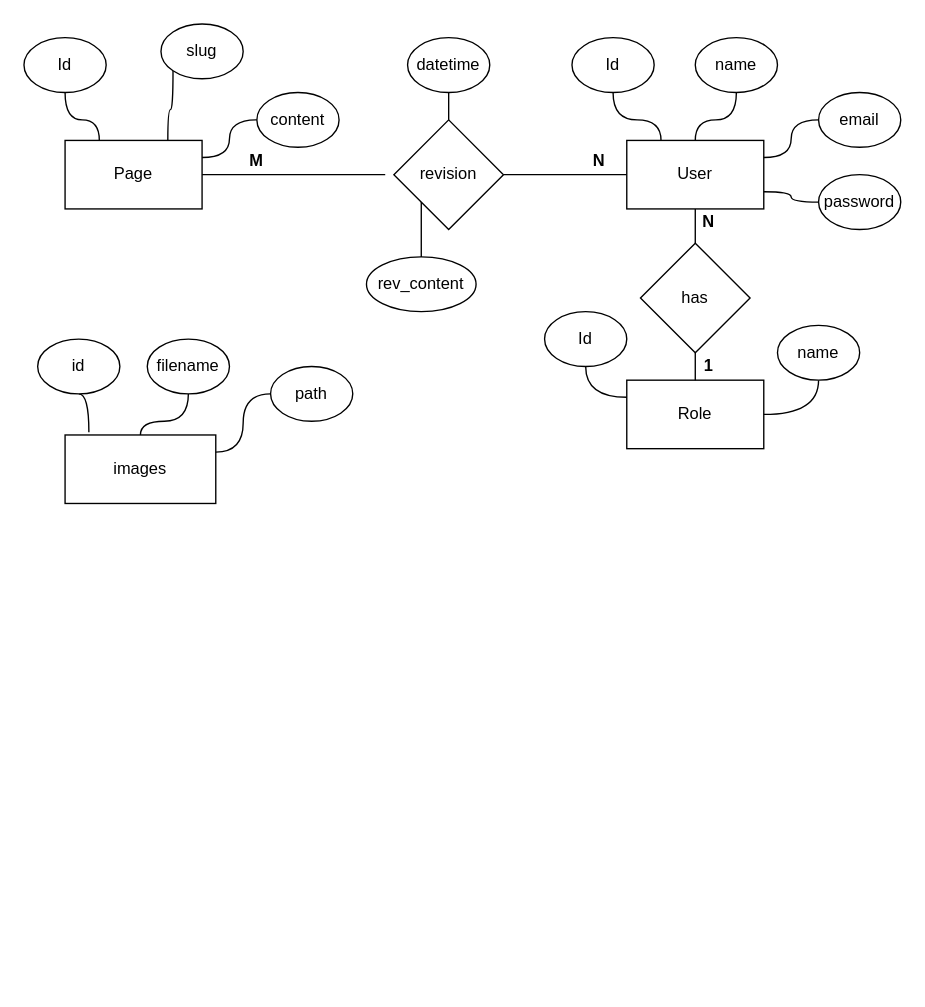
vaighir/-CMS-WIKI-FI9E keeps this draw.io diagram as Untitled Diagram.drawio. Above is the earlier version. Source tidied: cells renumbered, new cells numbered last; positions are measured from the earlier drawing's top-left corner, leaving out a move shared by most shapes. Both pictures are drawn from the tidied source at 137%, with x=0, y=0 at pixel (23, 23).
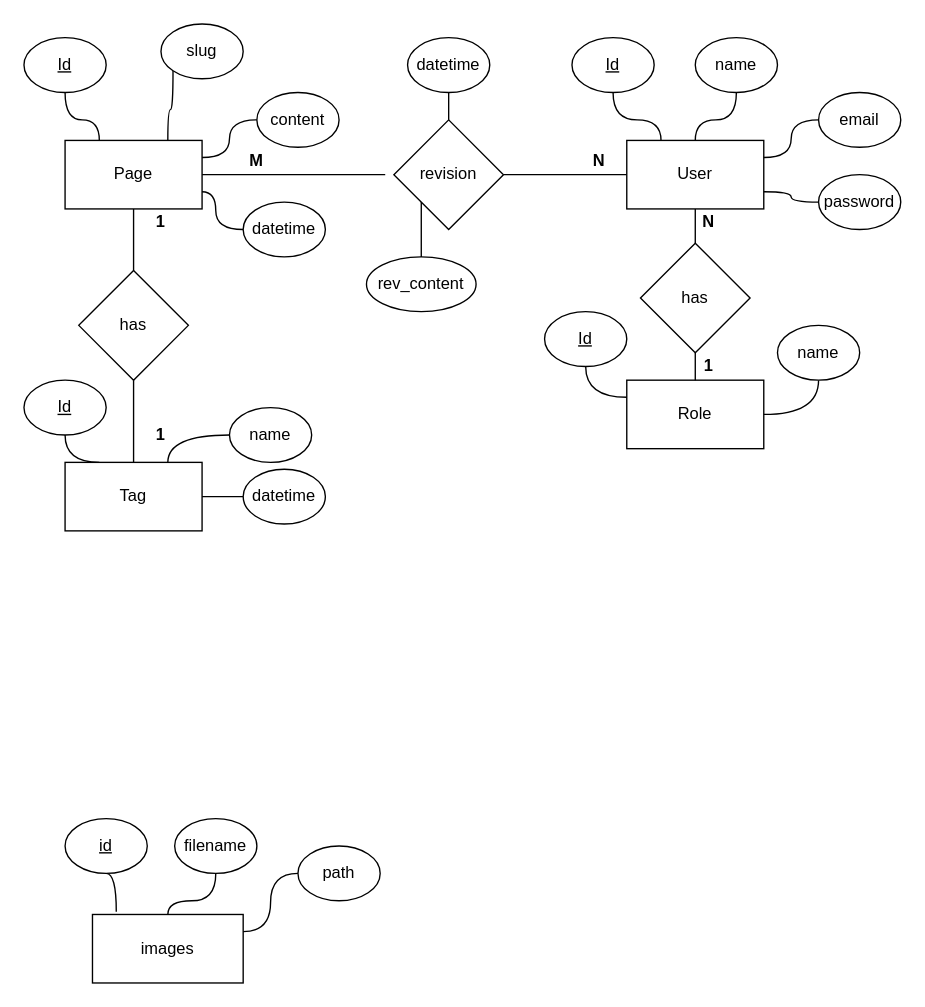
The same diagram, later.

Unchanged cells that the change refers to:
```xml
<mxCell id="6" value="Page" style="rounded=0;whiteSpace=wrap;html=1;" parent="1" vertex="1">
  <mxGeometry x="30" y="85" width="100" height="50" as="geometry" />
</mxCell>
```

Diff of the diagram source:
```diff
@@
+    <mxCell id="44" style="edgeStyle=orthogonalEdgeStyle;curved=1;rounded=0;jettySize=auto;html=1;exitX=0.5;exitY=1;exitDx=0;exitDy=0;endArrow=none;endFill=0;" parent="1" edge="1" source="6" target="55">
+      <mxGeometry relative="1" as="geometry" />
+    </mxCell>
@@
-    <mxCell id="8" value="Id" style="ellipse;whiteSpace=wrap;html=1;" parent="1" vertex="1">
+    <mxCell id="8" value="&lt;u&gt;Id&lt;/u&gt;" style="ellipse;whiteSpace=wrap;html=1;" parent="1" vertex="1">
       <mxGeometry y="10" width="60" height="40" as="geometry" />
     </mxCell>
@@
-    <mxCell id="15" value="Id" style="ellipse;whiteSpace=wrap;html=1;" parent="1" vertex="1">
+    <mxCell id="15" value="&lt;u&gt;Id&lt;/u&gt;" style="ellipse;whiteSpace=wrap;html=1;" parent="1" vertex="1">
       <mxGeometry x="400" y="10" width="60" height="40" as="geometry" />
     </mxCell>
@@
     <mxCell id="22" value="images" style="rounded=0;whiteSpace=wrap;html=1;" parent="1" vertex="1">
-      <mxGeometry x="30" y="300" width="110" height="50" as="geometry" />
+      <mxGeometry x="50" y="650" width="110" height="50" as="geometry" />
     </mxCell>
@@
-    <mxCell id="28" value="id" style="ellipse;whiteSpace=wrap;html=1;" parent="1" vertex="1">
-      <mxGeometry x="10" y="230" width="60" height="40" as="geometry" />
+    <mxCell id="28" value="&lt;u&gt;id&lt;/u&gt;" style="ellipse;whiteSpace=wrap;html=1;" parent="1" vertex="1">
+      <mxGeometry x="30" y="580" width="60" height="40" as="geometry" />
     </mxCell>
@@
     <mxCell id="30" value="filename" style="ellipse;whiteSpace=wrap;html=1;" parent="1" vertex="1">
-      <mxGeometry x="90" y="230" width="60" height="40" as="geometry" />
+      <mxGeometry x="110" y="580" width="60" height="40" as="geometry" />
     </mxCell>
@@
     <mxCell id="32" value="path" style="ellipse;whiteSpace=wrap;html=1;" parent="1" vertex="1">
-      <mxGeometry x="180" y="250" width="60" height="40" as="geometry" />
+      <mxGeometry x="200" y="600" width="60" height="40" as="geometry" />
     </mxCell>
@@
-    <mxCell id="37" value="Id" style="ellipse;whiteSpace=wrap;html=1;" parent="1" vertex="1">
+    <mxCell id="37" value="&lt;u&gt;Id&lt;/u&gt;" style="ellipse;whiteSpace=wrap;html=1;" parent="1" vertex="1">
       <mxGeometry x="380" y="210" width="60" height="40" as="geometry" />
     </mxCell>
@@
+    <mxCell id="45" style="edgeStyle=orthogonalEdgeStyle;curved=1;rounded=0;jettySize=auto;html=1;entryX=1;entryY=0.75;entryDx=0;entryDy=0;endArrow=none;endFill=0;" parent="1" edge="1" source="46" target="6">
+      <mxGeometry relative="1" as="geometry" />
+    </mxCell>
+    <mxCell id="46" value="datetime" style="ellipse;whiteSpace=wrap;html=1;" parent="1" vertex="1">
+      <mxGeometry x="160" y="130" width="60" height="40" as="geometry" />
+    </mxCell>
+    <mxCell id="47" value="Tag" style="rounded=0;whiteSpace=wrap;html=1;" parent="1" vertex="1">
+      <mxGeometry x="30" y="320" width="100" height="50" as="geometry" />
+    </mxCell>
+    <mxCell id="48" style="edgeStyle=orthogonalEdgeStyle;curved=1;rounded=0;jettySize=auto;html=1;entryX=0.25;entryY=0;entryDx=0;entryDy=0;endArrow=none;endFill=0;" parent="1" edge="1" source="49" target="47">
+      <mxGeometry relative="1" as="geometry" />
+    </mxCell>
+    <mxCell id="49" value="&lt;u&gt;Id&lt;/u&gt;" style="ellipse;whiteSpace=wrap;html=1;" parent="1" vertex="1">
+      <mxGeometry y="260" width="60" height="40" as="geometry" />
+    </mxCell>
+    <mxCell id="50" style="edgeStyle=orthogonalEdgeStyle;curved=1;rounded=0;jettySize=auto;html=1;entryX=1;entryY=0.5;entryDx=0;entryDy=0;endArrow=none;endFill=0;" parent="1" edge="1" source="51" target="47">
+      <mxGeometry relative="1" as="geometry" />
+    </mxCell>
+    <mxCell id="51" value="datetime" style="ellipse;whiteSpace=wrap;html=1;" parent="1" vertex="1">
+      <mxGeometry x="160" y="325" width="60" height="40" as="geometry" />
+    </mxCell>
+    <mxCell id="52" style="edgeStyle=orthogonalEdgeStyle;curved=1;rounded=0;jettySize=auto;html=1;exitX=0;exitY=0.5;exitDx=0;exitDy=0;entryX=0.75;entryY=0;entryDx=0;entryDy=0;endArrow=none;endFill=0;" parent="1" edge="1" source="53" target="47">
+      <mxGeometry relative="1" as="geometry" />
+    </mxCell>
+    <mxCell id="53" value="name" style="ellipse;whiteSpace=wrap;html=1;" parent="1" vertex="1">
+      <mxGeometry x="150" y="280" width="60" height="40" as="geometry" />
+    </mxCell>
+    <mxCell id="54" style="edgeStyle=orthogonalEdgeStyle;curved=1;rounded=0;jettySize=auto;html=1;endArrow=none;endFill=0;" parent="1" edge="1" source="55" target="47">
+      <mxGeometry relative="1" as="geometry" />
+    </mxCell>
+    <mxCell id="55" value="has" style="rhombus;whiteSpace=wrap;html=1;" parent="1" vertex="1">
+      <mxGeometry x="40" y="180" width="80" height="80" as="geometry" />
+    </mxCell>
+    <mxCell id="56" value="&lt;b&gt;1&lt;br&gt;&lt;/b&gt;" style="text;html=1;strokeColor=none;fillColor=none;align=center;verticalAlign=middle;whiteSpace=wrap;rounded=0;" parent="1" vertex="1">
+      <mxGeometry x="80" y="135" width="40" height="20" as="geometry" />
+    </mxCell>
+    <mxCell id="57" value="&lt;b&gt;1&lt;/b&gt;" style="text;html=1;strokeColor=none;fillColor=none;align=center;verticalAlign=middle;whiteSpace=wrap;rounded=0;" parent="1" vertex="1">
+      <mxGeometry x="80" y="290" width="40" height="20" as="geometry" />
+    </mxCell>
```
